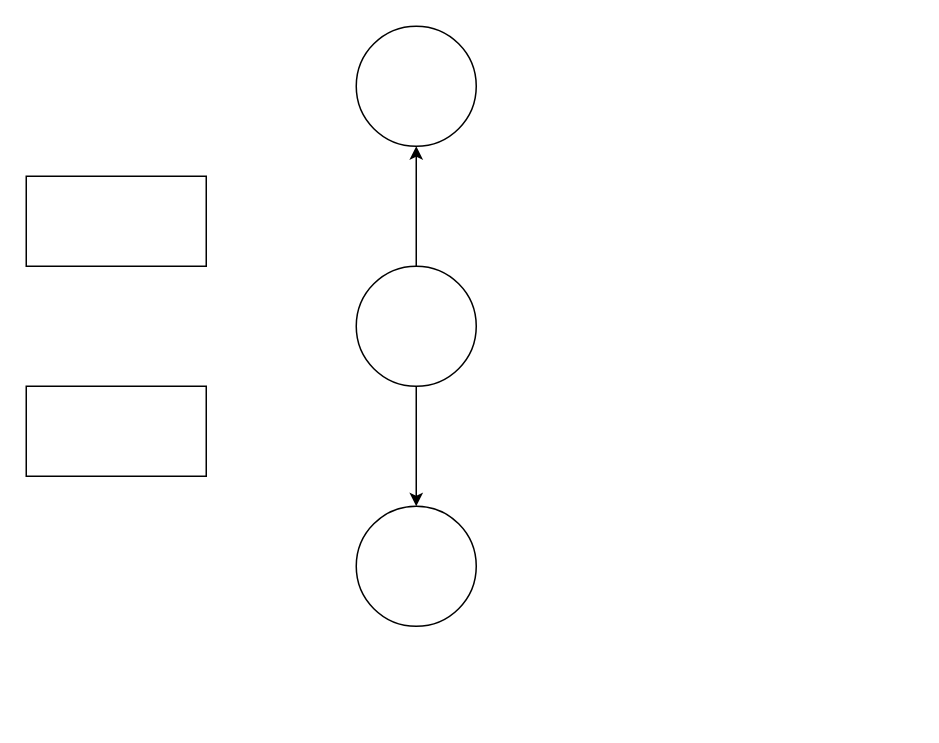
Earlier version of the draw.io diagram docs/mydr.drawio (ChuanGz/olih-api). Source tidied: cells renumbered, new cells numbered last; positions are measured from the earlier drawing's top-left corner, leaving out a move shared by most shapes. Both pictures are drawn from the tidied source at 150%, with x=0, y=0 at pixel (26, 26).
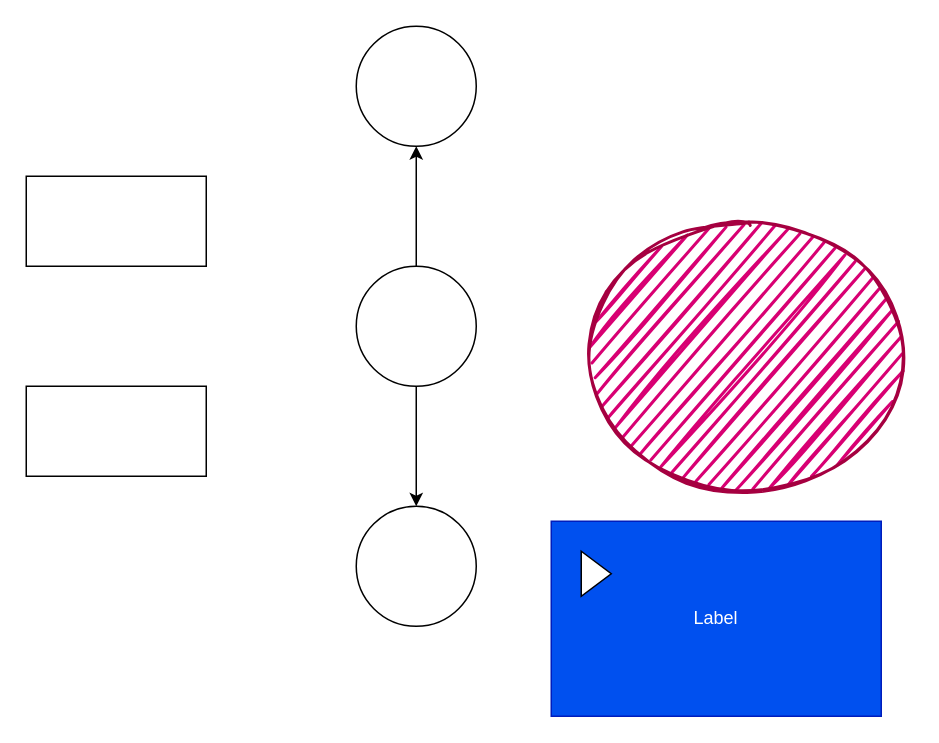
After the change.

Change to the diagram source:
```diff
@@
 <mxGraphModel>
   <root>
     <mxCell id="0" />
     <mxCell id="1" parent="0" />
     <mxCell id="2" style="rounded=0;whiteSpace=wrap;html=1;" parent="1" vertex="1">
       <mxGeometry y="100" width="120" height="60" as="geometry" />
     </mxCell>
     <mxCell id="3" style="rounded=0;whiteSpace=wrap;html=1;" parent="1" vertex="1">
       <mxGeometry y="240" width="120" height="60" as="geometry" />
     </mxCell>
     <mxCell id="4" style="edgeStyle=none;html=1;" parent="1" edge="1" source="6" target="7">
       <mxGeometry relative="1" as="geometry" />
     </mxCell>
     <mxCell id="5" style="edgeStyle=none;html=1;" parent="1" edge="1" source="6" target="8">
       <mxGeometry relative="1" as="geometry" />
     </mxCell>
     <mxCell id="6" style="ellipse;whiteSpace=wrap;html=1;" parent="1" vertex="1">
       <mxGeometry x="220" y="160" width="80" height="80" as="geometry" />
     </mxCell>
     <mxCell id="7" style="ellipse;whiteSpace=wrap;html=1;" parent="1" vertex="1">
       <mxGeometry x="220" width="80" height="80" as="geometry" />
     </mxCell>
     <mxCell id="8" style="ellipse;whiteSpace=wrap;html=1;" parent="1" vertex="1">
       <mxGeometry x="220" y="320" width="80" height="80" as="geometry" />
     </mxCell>
+    <mxCell id="9" style="ellipse;whiteSpace=wrap;html=1;strokeWidth=2;fillWeight=2;hachureGap=8;fillColor=#d80073;fillStyle=dots;sketch=1;fontColor=#ffffff;strokeColor=#A50040;" parent="1" vertex="1">
+      <mxGeometry x="370" y="130" width="220" height="180" as="geometry" />
+    </mxCell>
+    <mxCell id="10" value="Label" style="html=1;whiteSpace=wrap;fillColor=#0050ef;fontColor=#ffffff;strokeColor=#001DBC;" parent="1" vertex="1">
+      <mxGeometry x="350" y="330" width="220" height="130" as="geometry" />
+    </mxCell>
+    <mxCell id="11" style="triangle;html=1;whiteSpace=wrap;" parent="10" vertex="1">
+      <mxGeometry x="20" y="20" width="20" height="30" as="geometry" />
+    </mxCell>
   </root>
 </mxGraphModel>
```
